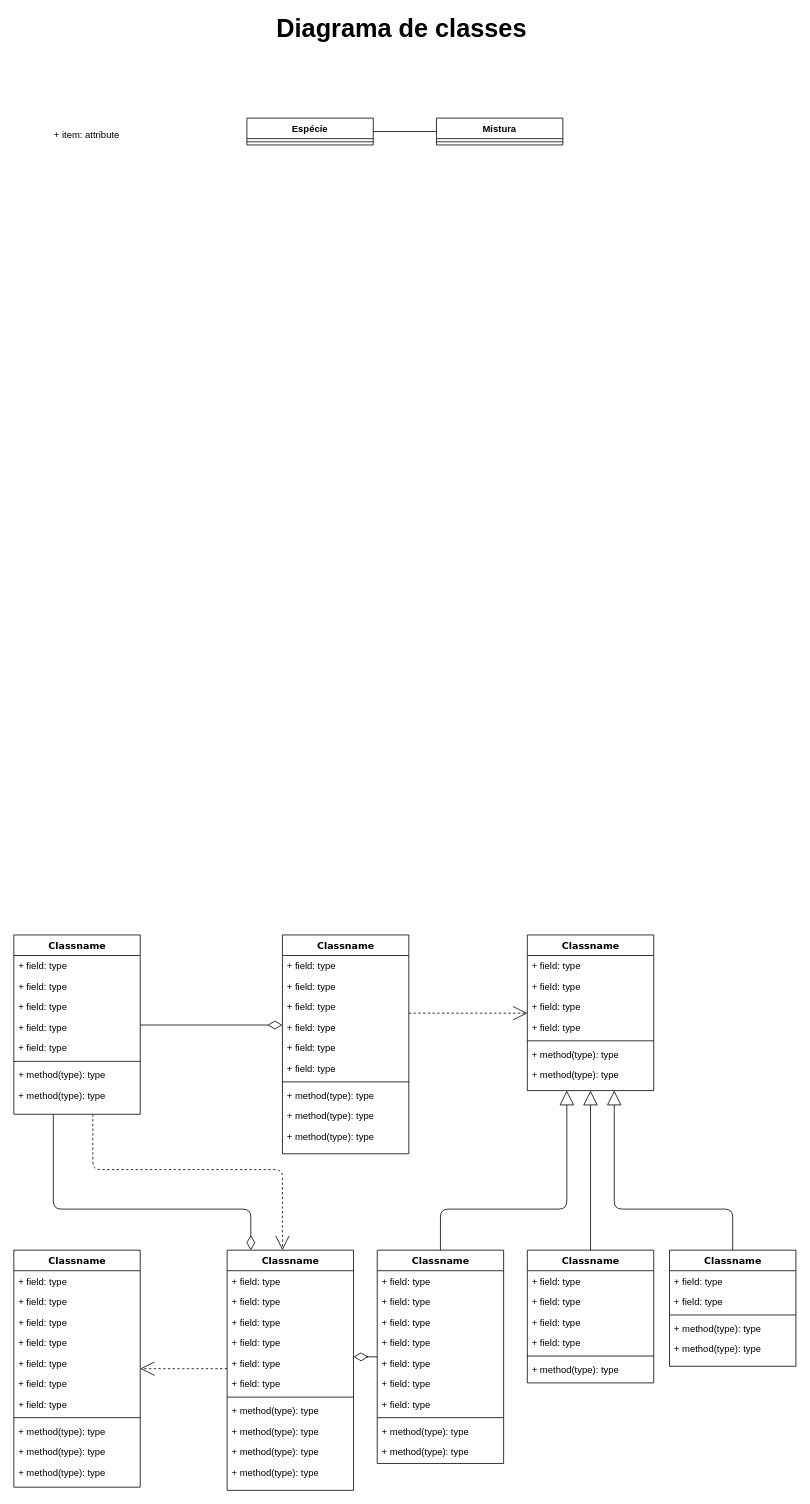
This is UML.drawio from thpsouza/modelagem-modulo-membranas, a draw.io file, before an edit. Source tidied: cells renumbered, new cells numbered last; positions are measured from the earlier drawing's top-left corner, leaving out a move shared by most shapes. Both pictures are drawn from the tidied source at 79%, with x=0, y=0 at pixel (13, 18).
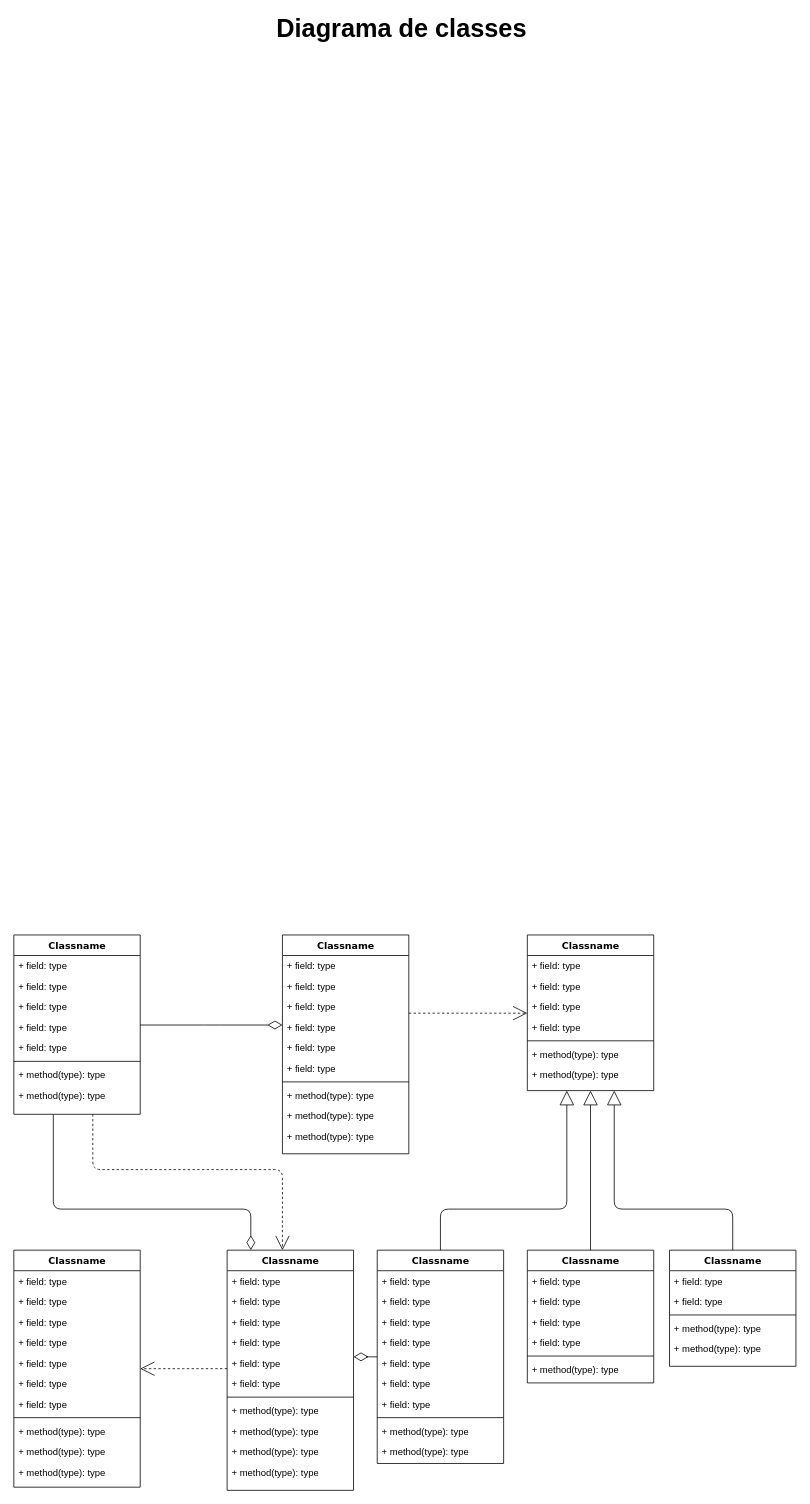
Above is the later version.

What changed in the source:
```diff
@@
-    <mxCell id="88" value="Mistura" style="swimlane;fontStyle=1;align=center;verticalAlign=top;horizontal=1;startSize=26;whiteSpace=wrap;html=1;" parent="1" vertex="1">
-      <mxGeometry x="535" y="126" width="160" height="34" as="geometry" />
-    </mxCell>
-    <mxCell id="89" style="line;strokeWidth=1;fillColor=none;align=left;verticalAlign=middle;spacingTop=-1;spacingLeft=3;spacingRight=3;labelPosition=right;strokeColor=inherit;" parent="88" vertex="1">
-      <mxGeometry y="26" width="160" height="8" as="geometry" />
-    </mxCell>
-    <mxCell id="90" value="Espécie" style="swimlane;fontStyle=1;align=center;verticalAlign=top;horizontal=1;startSize=26;whiteSpace=wrap;html=1;" parent="1" vertex="1">
-      <mxGeometry x="295" y="126" width="160" height="34" as="geometry" />
-    </mxCell>
-    <mxCell id="91" style="line;strokeWidth=1;fillColor=none;align=left;verticalAlign=middle;spacingTop=-1;spacingLeft=3;spacingRight=3;labelPosition=right;strokeColor=inherit;" parent="90" vertex="1">
-      <mxGeometry y="26" width="160" height="8" as="geometry" />
-    </mxCell>
-    <mxCell id="92" value="+ item: attribute" style="text;strokeColor=none;fillColor=none;align=left;verticalAlign=top;spacingLeft=4;spacingRight=4;overflow=hidden;whiteSpace=wrap;html=1;" parent="1" vertex="1">
-      <mxGeometry x="45" y="134" width="100" height="26" as="geometry" />
-    </mxCell>
-    <mxCell id="93" style="endArrow=none;html=1;rounded=0;exitX=1;exitY=0.5;exitDx=0;exitDy=0;entryX=0;entryY=0.5;entryDx=0;entryDy=0;" parent="1" edge="1" source="90" target="88">
-      <mxGeometry relative="1" as="geometry" />
-    </mxCell>
```
